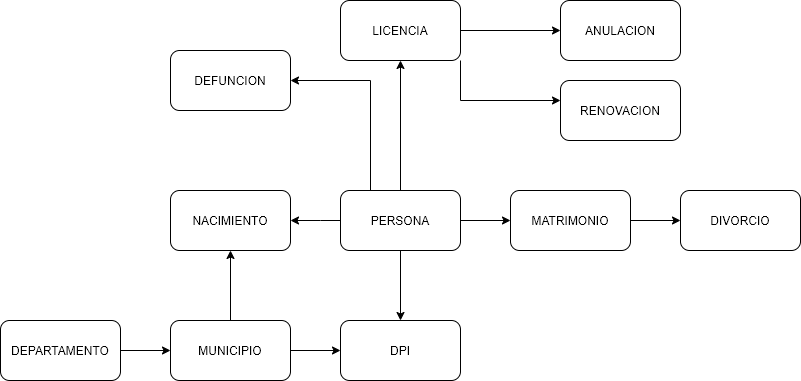
Earlier version of the draw.io export [BD1]ModeloConceptual.png (KenLopez/BD1_PROYECTO_2). Source tidied: cells renumbered, new cells last; positions are measured from the earlier drawing's top-left corner, leaving out a move shared by most shapes.
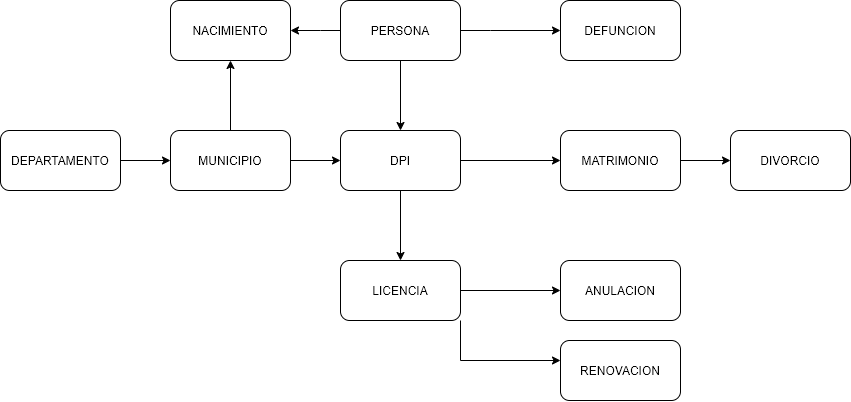
After the change.

Change to the diagram source:
```diff
@@ -16,21 +16,11 @@
     <mxCell id="4" style="edgeStyle=orthogonalEdgeStyle;rounded=0;jettySize=auto;html=1;strokeWidth=1;" parent="1" edge="1" source="7" target="14">
       <mxGeometry relative="1" as="geometry">
         <Array as="points">
-          <mxPoint x="370" y="80" />
+          <mxPoint x="490" y="220" />
+          <mxPoint x="490" y="220" />
         </Array>
       </mxGeometry>
     </mxCell>
-    <mxCell id="5" style="edgeStyle=orthogonalEdgeStyle;rounded=0;jettySize=auto;html=1;strokeWidth=1;" parent="1" edge="1" source="7" target="13">
-      <mxGeometry relative="1" as="geometry" />
-    </mxCell>
-    <mxCell id="6" style="edgeStyle=orthogonalEdgeStyle;rounded=0;jettySize=auto;html=1;strokeWidth=1;" parent="1" edge="1" source="7" target="9">
-      <mxGeometry relative="1" as="geometry">
-        <Array as="points">
-          <mxPoint x="520" y="220" />
-          <mxPoint x="520" y="220" />
-        </Array>
-      </mxGeometry>
-    </mxCell>
     <mxCell id="7" value="PERSONA" style="rounded=1;whiteSpace=wrap;html=1;" parent="1" vertex="1">
       <mxGeometry x="340" y="190" width="120" height="60" as="geometry" />
     </mxCell>
@@ -38,33 +28,29 @@
       <mxGeometry relative="1" as="geometry" />
     </mxCell>
     <mxCell id="9" value="MATRIMONIO" style="rounded=1;whiteSpace=wrap;html=1;" parent="1" vertex="1">
-      <mxGeometry x="510" y="190" width="120" height="60" as="geometry" />
+      <mxGeometry x="560" y="320" width="120" height="60" as="geometry" />
     </mxCell>
     <mxCell id="10" value="DIVORCIO" style="rounded=1;whiteSpace=wrap;html=1;" parent="1" vertex="1">
-      <mxGeometry x="680" y="190" width="120" height="60" as="geometry" />
+      <mxGeometry x="730" y="320" width="120" height="60" as="geometry" />
     </mxCell>
+    <mxCell id="12" style="edgeStyle=orthogonalEdgeStyle;rounded=0;jettySize=auto;html=1;" parent="1" edge="1" source="13" target="23">
+      <mxGeometry relative="1" as="geometry">
+        <Array as="points">
+          <mxPoint x="460" y="550" />
+        </Array>
+      </mxGeometry>
+    </mxCell>
-    <mxCell id="11" style="edgeStyle=orthogonalEdgeStyle;rounded=0;jettySize=auto;html=1;strokeWidth=1;" parent="1" edge="1" source="13" target="15">
-      <mxGeometry relative="1" as="geometry">
-        <Array as="points">
-          <mxPoint x="620" y="30" />
-        </Array>
-      </mxGeometry>
+    <mxCell id="11" style="edgeStyle=orthogonalEdgeStyle;rounded=0;jettySize=auto;html=1;" parent="1" edge="1" source="13" target="15">
+      <mxGeometry relative="1" as="geometry" />
     </mxCell>
-    <mxCell id="12" style="edgeStyle=orthogonalEdgeStyle;rounded=0;jettySize=auto;html=1;" parent="1" edge="1" source="13" target="23">
-      <mxGeometry relative="1" as="geometry">
-        <Array as="points">
-          <mxPoint x="460" y="100" />
-        </Array>
-      </mxGeometry>
-    </mxCell>
     <mxCell id="13" value="LICENCIA" style="rounded=1;whiteSpace=wrap;html=1;" parent="1" vertex="1">
-      <mxGeometry x="340" width="120" height="60" as="geometry" />
+      <mxGeometry x="340" y="450" width="120" height="60" as="geometry" />
     </mxCell>
     <mxCell id="14" value="DEFUNCION" style="rounded=1;whiteSpace=wrap;html=1;" parent="1" vertex="1">
-      <mxGeometry x="170" y="50" width="120" height="60" as="geometry" />
+      <mxGeometry x="560" y="190" width="120" height="60" as="geometry" />
     </mxCell>
     <mxCell id="15" value="ANULACION" style="rounded=1;whiteSpace=wrap;html=1;" parent="1" vertex="1">
-      <mxGeometry x="560" width="120" height="60" as="geometry" />
+      <mxGeometry x="560" y="450" width="120" height="60" as="geometry" />
     </mxCell>
     <mxCell id="16" style="edgeStyle=orthogonalEdgeStyle;rounded=0;jettySize=auto;html=1;strokeWidth=1;" parent="1" edge="1" source="17" target="20">
       <mxGeometry relative="1" as="geometry" />
@@ -81,6 +67,12 @@
     <mxCell id="20" value="MUNICIPIO" style="rounded=1;whiteSpace=wrap;html=1;" parent="1" vertex="1">
       <mxGeometry x="170" y="320" width="120" height="60" as="geometry" />
     </mxCell>
+    <mxCell id="24" style="edgeStyle=orthogonalEdgeStyle;rounded=0;jettySize=auto;html=1;" parent="1" edge="1" source="21" target="9">
+      <mxGeometry relative="1" as="geometry" />
+    </mxCell>
+    <mxCell id="25" style="edgeStyle=orthogonalEdgeStyle;rounded=0;jettySize=auto;html=1;" parent="1" edge="1" source="21" target="13">
+      <mxGeometry relative="1" as="geometry" />
+    </mxCell>
     <mxCell id="21" value="DPI" style="rounded=1;whiteSpace=wrap;html=1;" parent="1" vertex="1">
       <mxGeometry x="340" y="320" width="120" height="60" as="geometry" />
     </mxCell>
@@ -88,7 +80,7 @@
       <mxGeometry x="170" y="190" width="120" height="60" as="geometry" />
     </mxCell>
     <mxCell id="23" value="RENOVACION" style="rounded=1;whiteSpace=wrap;html=1;" parent="1" vertex="1">
-      <mxGeometry x="560" y="80" width="120" height="60" as="geometry" />
+      <mxGeometry x="560" y="530" width="120" height="60" as="geometry" />
     </mxCell>
   </root>
 </mxGraphModel>
```
